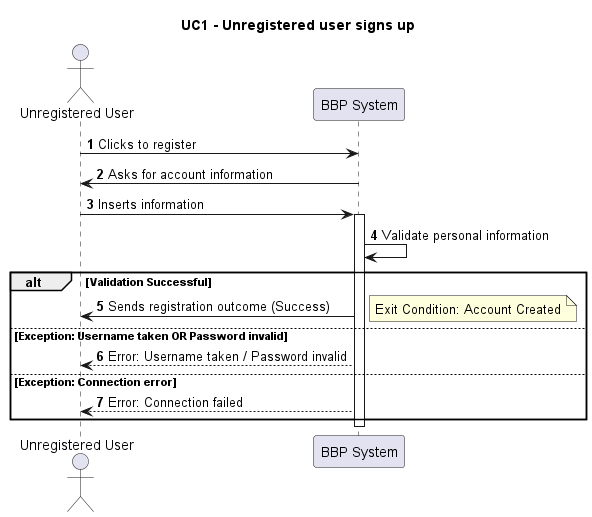
Before: RASD/out/RASD/uml/UC1/UC1_SignUp.png, a diagram exported from PlantUML (angelo-cantoli/Requirements-Design_Documents).
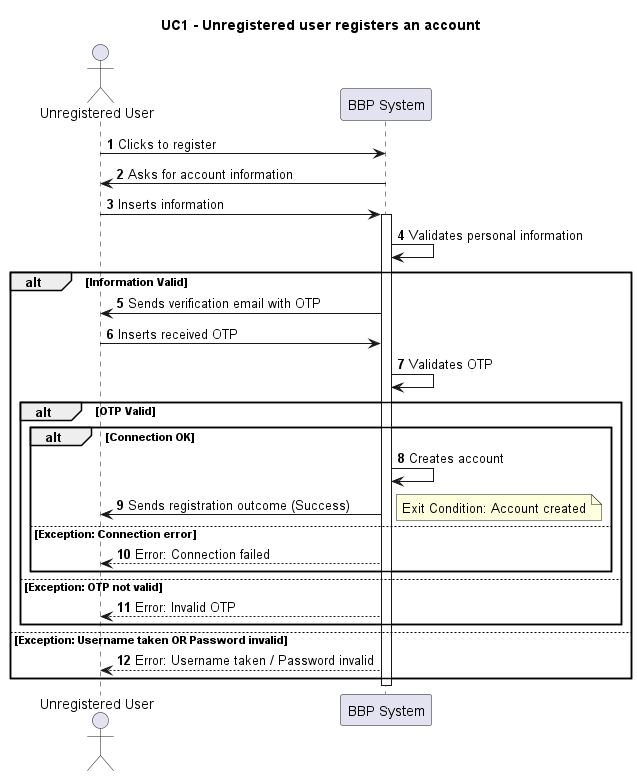
Later version of the same file.

What changed in the source:
```diff
@@ -1,23 +1,39 @@
 @startuml UC1_SignUp
-title UC1 - Unregistered user signs up
+title UC1 - Unregistered user registers an account
 actor "Unregistered User" as User
 participant "BBP System" as System
 
 autonumber
+
 User -> System: Clicks to register
 System -> User: Asks for account information
 User -> System: Inserts information
 activate System
 
-System -> System: Validate personal information
+System -> System: Validates personal information
 
-alt Validation Successful
-    System -> User: Sends registration outcome (Success)
-    note right: Exit Condition: Account Created
+alt Information Valid
+    System -> User: Sends verification email with OTP
+
+    User -> System: Inserts received OTP
+    System -> System: Validates OTP
+
+    alt OTP Valid
+
+        alt Connection OK
+            System -> System: Creates account
+            System -> User: Sends registration outcome (Success)
+            note right: Exit Condition: Account created
+        else Exception: Connection error
+            System --> User: Error: Connection failed
+        end
+
+    else Exception: OTP not valid
+        System --> User: Error: Invalid OTP
+    end
+
 else Exception: Username taken OR Password invalid
     System --> User: Error: Username taken / Password invalid
-else Exception: Connection error
-    System --> User: Error: Connection failed
 end
 
 deactivate System
```
